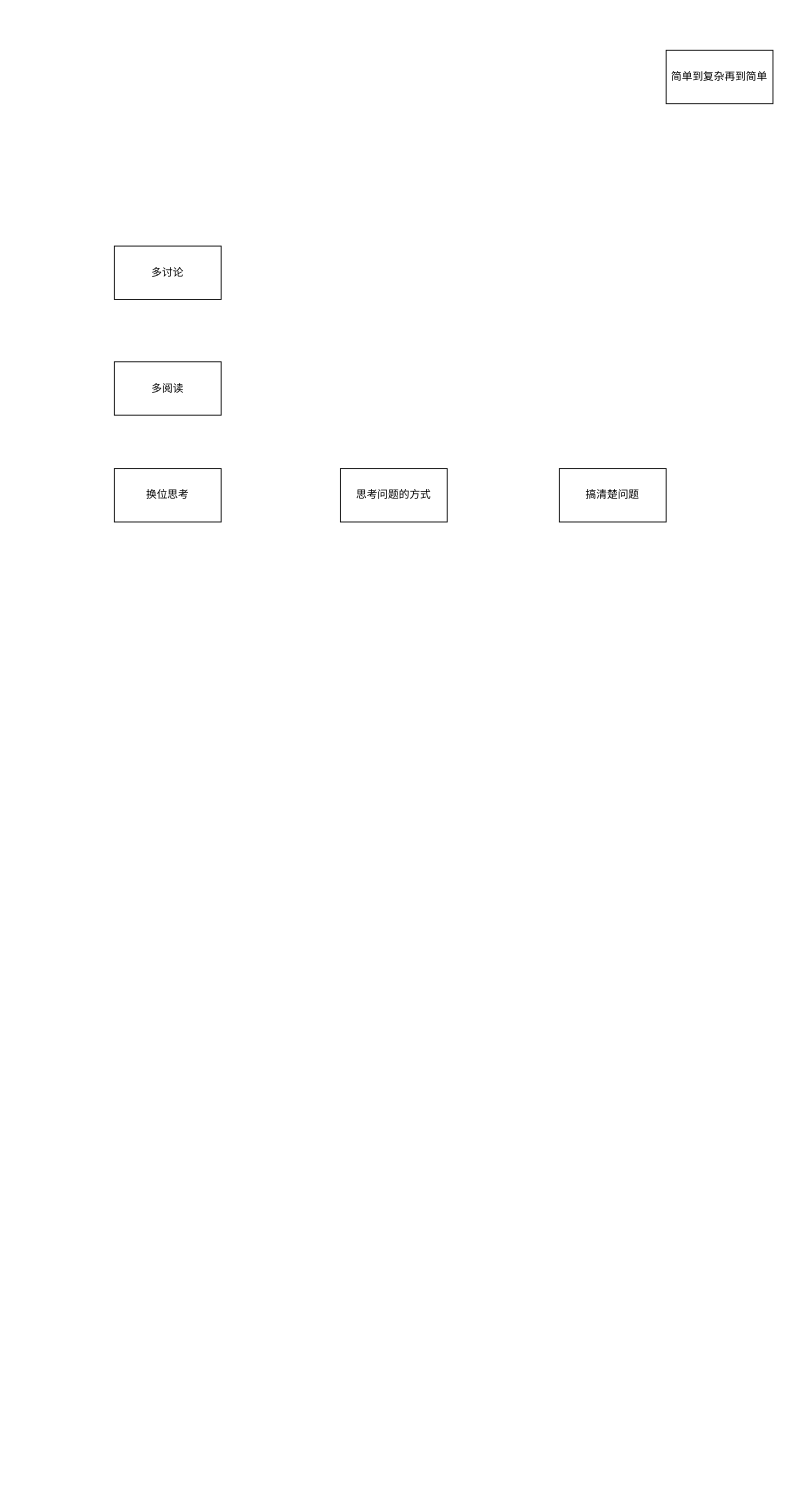
Before: biz/资源位系统总结.drawio in melonshell/draw.io, a draw.io diagram. Source tidied: cells renumbered, new cells numbered last; positions are measured from the earlier drawing's top-left corner, leaving out a move shared by most shapes. Both pictures are drawn from the tidied source at 89%, with x=0, y=0 at pixel (114, 50).
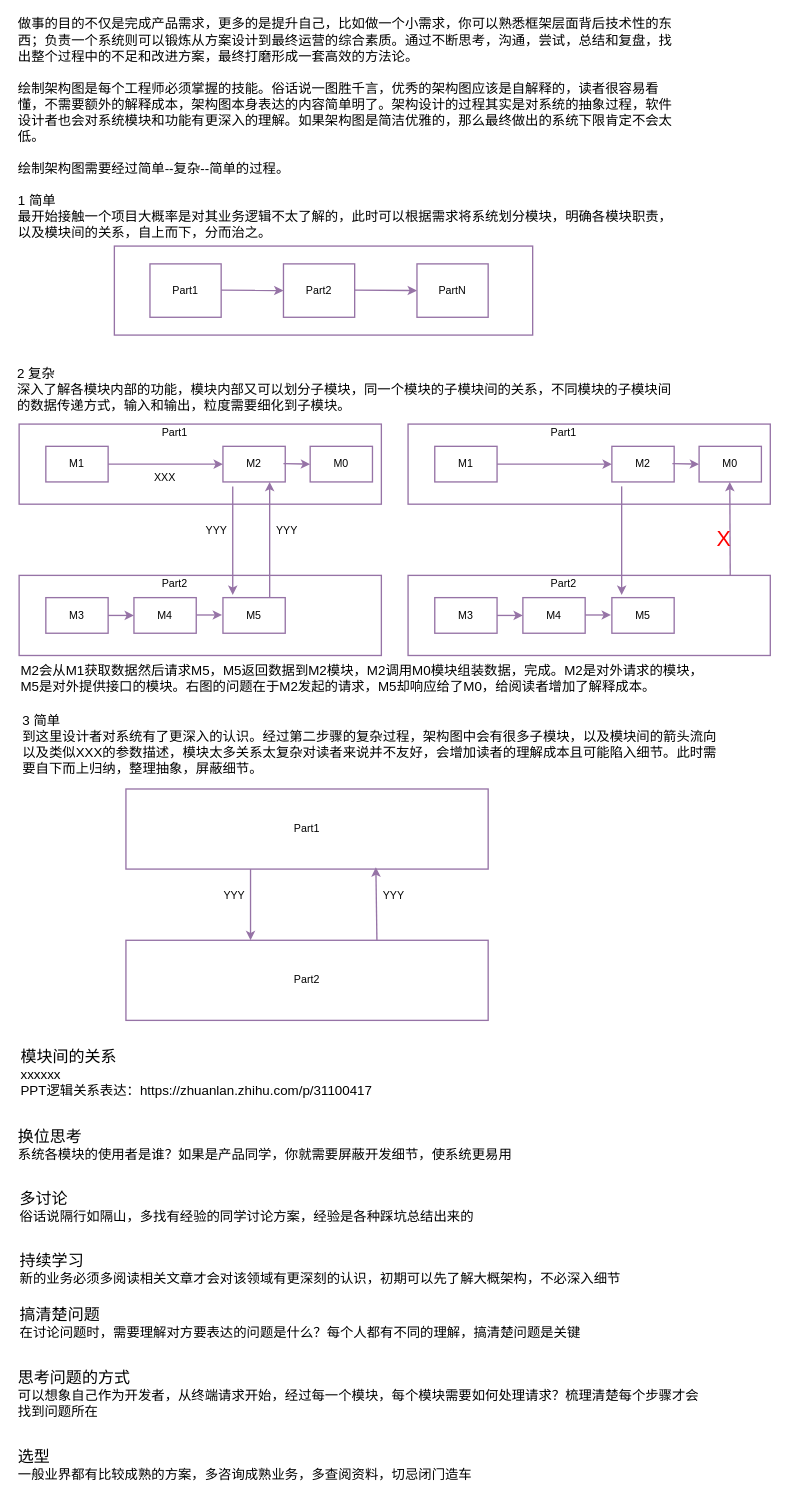
After the change.

Commit message:
更新资源位系统总结.drawio

Diff of the diagram source:
```diff
@@
-    <mxCell id="2" value="简单到复杂再到简单" style="rounded=0;whiteSpace=wrap;html=1;fillColor=none;" parent="1" vertex="1">
-      <mxGeometry x="620" width="120" height="60" as="geometry" />
-    </mxCell>
-    <mxCell id="3" value="多讨论" style="rounded=0;whiteSpace=wrap;html=1;fillColor=none;" parent="1" vertex="1">
-      <mxGeometry y="220" width="120" height="60" as="geometry" />
+    <mxCell id="3" style="rounded=0;whiteSpace=wrap;html=1;fillColor=none;strokeColor=#9673a6;strokeWidth=1.5;" parent="1" vertex="1">
+      <mxGeometry y="220" width="470" height="100" as="geometry" />
     </mxCell>
-    <mxCell id="4" value="多阅读" style="rounded=0;whiteSpace=wrap;html=1;fillColor=none;" parent="1" vertex="1">
-      <mxGeometry y="350" width="120" height="60" as="geometry" />
-    </mxCell>
-    <mxCell id="5" value="换位思考" style="rounded=0;whiteSpace=wrap;html=1;fillColor=none;" parent="1" vertex="1">
-      <mxGeometry y="470" width="120" height="60" as="geometry" />
-    </mxCell>
-    <mxCell id="6" value="思考问题的方式" style="rounded=0;whiteSpace=wrap;html=1;fillColor=none;" parent="1" vertex="1">
-      <mxGeometry x="254" y="470" width="120" height="60" as="geometry" />
-    </mxCell>
-    <mxCell id="7" value="搞清楚问题" style="rounded=0;whiteSpace=wrap;html=1;fillColor=none;" parent="1" vertex="1">
-      <mxGeometry x="500" y="470" width="120" height="60" as="geometry" />
-    </mxCell>
+    <mxCell id="8" value="&lt;span style=&quot;font-size: 15px;&quot;&gt;做事的目的不仅是完成产品需求，更多的是提升自己，比如做一个小需求，你可以熟悉框架层面背后技术性的东西；负责一个系统则可以锻炼从方案设计到最终运营的综合素质。通过不断思考，沟通，尝试，总结和复盘，找出整个过程中的不足和改进方案，最终打磨形成一套高效的方法论。&lt;br&gt;&lt;br&gt;绘制架构图是每个工程师必须掌握的技能。俗话说一图胜千言，优秀的架构图应该是自解释的，读者很容易看懂，不需要额外的解释成本，架构图本身表达的内容简单明了。架构设计的过程其实是对系统的抽象过程，软件设计者也会对系统模块和功能有更深入的理解。如果架构图是简洁优雅的，那么最终做出的系统下限肯定不会太低。&lt;br&gt;&lt;br&gt;绘制架构图需要经过简单--复杂--简单的过程。&lt;br&gt;&lt;br&gt;1 简单&lt;br&gt;最开始接触一个项目大概率是对其业务逻辑不太了解的，此时可以根据需求将系统划分模块，明确各模块职责，以及模块间的关系，自上而下，分而治之。&lt;br&gt;&lt;br&gt;&lt;br&gt;&lt;/span&gt;" style="rounded=0;whiteSpace=wrap;html=1;fillColor=none;strokeColor=none;align=left;" parent="1" vertex="1">
+      <mxGeometry x="-110" y="-20" width="750" height="250" as="geometry" />
+    </mxCell>
+    <mxCell id="9" value="Part1" style="rounded=0;whiteSpace=wrap;html=1;fillColor=none;strokeColor=#9673a6;strokeWidth=1.5;" parent="1" vertex="1">
+      <mxGeometry x="40" y="240" width="80" height="60" as="geometry" />
+    </mxCell>
+    <mxCell id="10" value="Part2" style="rounded=0;whiteSpace=wrap;html=1;fillColor=none;strokeColor=#9673a6;strokeWidth=1.5;" parent="1" vertex="1">
+      <mxGeometry x="190" y="240" width="80" height="60" as="geometry" />
+    </mxCell>
+    <mxCell id="11" value="PartN" style="rounded=0;whiteSpace=wrap;html=1;fillColor=none;strokeColor=#9673a6;strokeWidth=1.5;" parent="1" vertex="1">
+      <mxGeometry x="340" y="240" width="80" height="60" as="geometry" />
+    </mxCell>
+    <mxCell id="12" value="&lt;span style=&quot;font-size: 15px;&quot;&gt;2 复杂&lt;br&gt;深入了解各模块内部的功能，模块内部又可以划分子模块，同一个模块的子模块间的关系，不同模块的子模块间的数据传递方式，输入和输出，粒度需要细化到子模块。&lt;br&gt;&lt;br&gt;&lt;/span&gt;" style="rounded=0;whiteSpace=wrap;html=1;fillColor=none;strokeColor=none;align=left;" parent="1" vertex="1">
+      <mxGeometry x="-111" y="350" width="741" height="80" as="geometry" />
+    </mxCell>
+    <mxCell id="13" style="rounded=0;whiteSpace=wrap;html=1;fillColor=none;strokeColor=#9673a6;strokeWidth=1.5;" parent="1" vertex="1">
+      <mxGeometry x="-107" y="420" width="407" height="90" as="geometry" />
+    </mxCell>
+    <mxCell id="14" value="M1" style="rounded=0;whiteSpace=wrap;html=1;fillColor=none;strokeColor=#9673a6;strokeWidth=1.5;" parent="1" vertex="1">
+      <mxGeometry x="-77" y="445" width="70" height="40" as="geometry" />
+    </mxCell>
+    <mxCell id="15" style="rounded=0;whiteSpace=wrap;html=1;fillColor=none;strokeColor=#9673a6;strokeWidth=1.5;" parent="1" vertex="1">
+      <mxGeometry x="-107" y="590" width="407" height="90" as="geometry" />
+    </mxCell>
+    <mxCell id="16" value="M2" style="rounded=0;whiteSpace=wrap;html=1;fillColor=none;strokeColor=#9673a6;strokeWidth=1.5;" parent="1" vertex="1">
+      <mxGeometry x="122" y="445" width="70" height="40" as="geometry" />
+    </mxCell>
+    <mxCell id="17" style="endArrow=classic;html=1;rounded=0;exitX=1;exitY=0.5;exitDx=0;exitDy=0;entryX=0;entryY=0.5;entryDx=0;entryDy=0;strokeWidth=1.5;fillColor=#e1d5e7;strokeColor=#9673a6;" parent="1" edge="1" source="14" target="16">
+      <mxGeometry relative="1" as="geometry" />
+    </mxCell>
+    <mxCell id="18" value="M3" style="rounded=0;whiteSpace=wrap;html=1;fillColor=none;strokeColor=#9673a6;strokeWidth=1.5;" parent="1" vertex="1">
+      <mxGeometry x="-77" y="615" width="70" height="40" as="geometry" />
+    </mxCell>
+    <mxCell id="19" style="endArrow=classic;html=1;rounded=0;exitX=1;exitY=0.5;exitDx=0;exitDy=0;strokeWidth=1.5;fillColor=#e1d5e7;strokeColor=#9673a6;" parent="1" edge="1">
+      <mxGeometry relative="1" as="geometry">
+        <mxPoint x="120" y="269.5" as="sourcePoint" />
+        <mxPoint x="190" y="270" as="targetPoint" />
+      </mxGeometry>
+    </mxCell>
+    <mxCell id="20" style="endArrow=classic;html=1;rounded=0;exitX=1;exitY=0.5;exitDx=0;exitDy=0;strokeWidth=1.5;fillColor=#e1d5e7;strokeColor=#9673a6;" parent="1" edge="1">
+      <mxGeometry relative="1" as="geometry">
+        <mxPoint x="270" y="269.5" as="sourcePoint" />
+        <mxPoint x="340" y="270" as="targetPoint" />
+      </mxGeometry>
+    </mxCell>
+    <mxCell id="21" value="M5" style="rounded=0;whiteSpace=wrap;html=1;fillColor=none;strokeColor=#9673a6;strokeWidth=1.5;" parent="1" vertex="1">
+      <mxGeometry x="122" y="615" width="70" height="40" as="geometry" />
+    </mxCell>
+    <mxCell id="22" style="endArrow=classic;html=1;rounded=0;strokeWidth=1.5;fillColor=#e1d5e7;strokeColor=#9673a6;" parent="1" edge="1">
+      <mxGeometry relative="1" as="geometry">
+        <mxPoint x="133" y="490" as="sourcePoint" />
+        <mxPoint x="133" y="612" as="targetPoint" />
+      </mxGeometry>
+    </mxCell>
+    <mxCell id="23" style="endArrow=classic;html=1;rounded=0;strokeWidth=1.5;fillColor=#e1d5e7;strokeColor=#9673a6;exitX=0.75;exitY=0;exitDx=0;exitDy=0;entryX=0.75;entryY=1;entryDx=0;entryDy=0;" parent="1" edge="1" source="21" target="16">
+      <mxGeometry relative="1" as="geometry" />
+    </mxCell>
+    <mxCell id="24" value="Part2" style="rounded=0;whiteSpace=wrap;html=1;fillColor=none;strokeColor=none;strokeWidth=1.5;" parent="1" vertex="1">
+      <mxGeometry x="33" y="580" width="70" height="40" as="geometry" />
+    </mxCell>
+    <mxCell id="25" value="M4" style="rounded=0;whiteSpace=wrap;html=1;fillColor=none;strokeColor=#9673a6;strokeWidth=1.5;" parent="1" vertex="1">
+      <mxGeometry x="22" y="615" width="70" height="40" as="geometry" />
+    </mxCell>
+    <mxCell id="26" value="&lt;span style=&quot;font-size: 15px;&quot;&gt;M2会从M1获取数据然后请求M5，M5返回数据到M2模块，M2调用M0模块组装数据，完成。M2是对外请求的模块，M5是对外提供接口的模块。右图的问题在于M2发起的请求，M5却响应给了M0，给阅读者增加了解释成本。&lt;br&gt;&lt;/span&gt;" style="rounded=0;whiteSpace=wrap;html=1;fillColor=none;strokeColor=none;align=left;" parent="1" vertex="1">
+      <mxGeometry x="-107" y="680" width="787" height="50" as="geometry" />
+    </mxCell>
+    <mxCell id="27" value="Part1" style="rounded=0;whiteSpace=wrap;html=1;fillColor=none;strokeColor=none;strokeWidth=1.5;" parent="1" vertex="1">
+      <mxGeometry x="33" y="410" width="70" height="40" as="geometry" />
+    </mxCell>
+    <mxCell id="28" style="endArrow=classic;html=1;rounded=0;exitX=1;exitY=0.5;exitDx=0;exitDy=0;strokeWidth=1.5;fillColor=#e1d5e7;strokeColor=#9673a6;" parent="1" edge="1" source="18" target="25">
+      <mxGeometry relative="1" as="geometry" />
+    </mxCell>
+    <mxCell id="29" style="endArrow=classic;html=1;rounded=0;exitX=1;exitY=0.5;exitDx=0;exitDy=0;strokeWidth=1.5;fillColor=#e1d5e7;strokeColor=#9673a6;" parent="1" edge="1">
+      <mxGeometry relative="1" as="geometry">
+        <mxPoint x="92" y="634.5" as="sourcePoint" />
+        <mxPoint x="121" y="634.5" as="targetPoint" />
+      </mxGeometry>
+    </mxCell>
+    <mxCell id="30" value="M0" style="rounded=0;whiteSpace=wrap;html=1;fillColor=none;strokeColor=#9673a6;strokeWidth=1.5;" parent="1" vertex="1">
+      <mxGeometry x="220" y="445" width="70" height="40" as="geometry" />
+    </mxCell>
+    <mxCell id="31" style="endArrow=classic;html=1;rounded=0;exitX=1;exitY=0.5;exitDx=0;exitDy=0;strokeWidth=1.5;fillColor=#e1d5e7;strokeColor=#9673a6;" parent="1" edge="1">
+      <mxGeometry relative="1" as="geometry">
+        <mxPoint x="190" y="464.5" as="sourcePoint" />
+        <mxPoint x="220" y="465" as="targetPoint" />
+      </mxGeometry>
+    </mxCell>
+    <mxCell id="32" style="rounded=0;whiteSpace=wrap;html=1;fillColor=none;strokeColor=#9673a6;strokeWidth=1.5;" parent="1" vertex="1">
+      <mxGeometry x="330" y="420" width="407" height="90" as="geometry" />
+    </mxCell>
+    <mxCell id="33" value="M1" style="rounded=0;whiteSpace=wrap;html=1;fillColor=none;strokeColor=#9673a6;strokeWidth=1.5;" parent="1" vertex="1">
+      <mxGeometry x="360" y="445" width="70" height="40" as="geometry" />
+    </mxCell>
+    <mxCell id="34" style="rounded=0;whiteSpace=wrap;html=1;fillColor=none;strokeColor=#9673a6;strokeWidth=1.5;" parent="1" vertex="1">
+      <mxGeometry x="330" y="590" width="407" height="90" as="geometry" />
+    </mxCell>
+    <mxCell id="35" value="M2" style="rounded=0;whiteSpace=wrap;html=1;fillColor=none;strokeColor=#9673a6;strokeWidth=1.5;" parent="1" vertex="1">
+      <mxGeometry x="559" y="445" width="70" height="40" as="geometry" />
+    </mxCell>
+    <mxCell id="36" style="endArrow=classic;html=1;rounded=0;exitX=1;exitY=0.5;exitDx=0;exitDy=0;entryX=0;entryY=0.5;entryDx=0;entryDy=0;strokeWidth=1.5;fillColor=#e1d5e7;strokeColor=#9673a6;" parent="1" edge="1" source="33" target="35">
+      <mxGeometry relative="1" as="geometry" />
+    </mxCell>
+    <mxCell id="37" value="M3" style="rounded=0;whiteSpace=wrap;html=1;fillColor=none;strokeColor=#9673a6;strokeWidth=1.5;" parent="1" vertex="1">
+      <mxGeometry x="360" y="615" width="70" height="40" as="geometry" />
+    </mxCell>
+    <mxCell id="38" value="M5" style="rounded=0;whiteSpace=wrap;html=1;fillColor=none;strokeColor=#9673a6;strokeWidth=1.5;" parent="1" vertex="1">
+      <mxGeometry x="559" y="615" width="70" height="40" as="geometry" />
+    </mxCell>
+    <mxCell id="39" style="endArrow=classic;html=1;rounded=0;strokeWidth=1.5;fillColor=#e1d5e7;strokeColor=#9673a6;" parent="1" edge="1">
+      <mxGeometry relative="1" as="geometry">
+        <mxPoint x="570" y="490" as="sourcePoint" />
+        <mxPoint x="570" y="612" as="targetPoint" />
+      </mxGeometry>
+    </mxCell>
+    <mxCell id="40" style="endArrow=classic;html=1;rounded=0;strokeWidth=1.5;fillColor=#e1d5e7;strokeColor=#9673a6;entryX=0.75;entryY=1;entryDx=0;entryDy=0;" parent="1" edge="1">
+      <mxGeometry relative="1" as="geometry">
+        <mxPoint x="692" y="590" as="sourcePoint" />
+        <mxPoint x="691.5" y="485" as="targetPoint" />
+      </mxGeometry>
+    </mxCell>
+    <mxCell id="41" value="Part2" style="rounded=0;whiteSpace=wrap;html=1;fillColor=none;strokeColor=none;strokeWidth=1.5;" parent="1" vertex="1">
+      <mxGeometry x="470" y="580" width="70" height="40" as="geometry" />
+    </mxCell>
+    <mxCell id="42" value="M4" style="rounded=0;whiteSpace=wrap;html=1;fillColor=none;strokeColor=#9673a6;strokeWidth=1.5;" parent="1" vertex="1">
+      <mxGeometry x="459" y="615" width="70" height="40" as="geometry" />
+    </mxCell>
+    <mxCell id="43" value="Part1" style="rounded=0;whiteSpace=wrap;html=1;fillColor=none;strokeColor=none;strokeWidth=1.5;" parent="1" vertex="1">
+      <mxGeometry x="470" y="410" width="70" height="40" as="geometry" />
+    </mxCell>
+    <mxCell id="44" style="endArrow=classic;html=1;rounded=0;exitX=1;exitY=0.5;exitDx=0;exitDy=0;strokeWidth=1.5;fillColor=#e1d5e7;strokeColor=#9673a6;" parent="1" edge="1" source="37" target="42">
+      <mxGeometry relative="1" as="geometry" />
+    </mxCell>
+    <mxCell id="45" style="endArrow=classic;html=1;rounded=0;exitX=1;exitY=0.5;exitDx=0;exitDy=0;strokeWidth=1.5;fillColor=#e1d5e7;strokeColor=#9673a6;" parent="1" edge="1">
+      <mxGeometry relative="1" as="geometry">
+        <mxPoint x="529" y="634.5" as="sourcePoint" />
+        <mxPoint x="558" y="634.5" as="targetPoint" />
+      </mxGeometry>
+    </mxCell>
+    <mxCell id="46" value="M0" style="rounded=0;whiteSpace=wrap;html=1;fillColor=none;strokeColor=#9673a6;strokeWidth=1.5;" parent="1" vertex="1">
+      <mxGeometry x="657" y="445" width="70" height="40" as="geometry" />
+    </mxCell>
+    <mxCell id="47" style="endArrow=classic;html=1;rounded=0;exitX=1;exitY=0.5;exitDx=0;exitDy=0;strokeWidth=1.5;fillColor=#e1d5e7;strokeColor=#9673a6;" parent="1" edge="1">
+      <mxGeometry relative="1" as="geometry">
+        <mxPoint x="627" y="464.5" as="sourcePoint" />
+        <mxPoint x="657" y="465" as="targetPoint" />
+      </mxGeometry>
+    </mxCell>
+    <mxCell id="48" value="&lt;font color=&quot;#ff0000&quot; style=&quot;font-size: 24px;&quot;&gt;X&lt;/font&gt;" style="rounded=0;whiteSpace=wrap;html=1;fillColor=none;strokeColor=none;strokeWidth=1.5;" parent="1" vertex="1">
+      <mxGeometry x="650" y="530" width="70" height="40" as="geometry" />
+    </mxCell>
+    <mxCell id="49" value="&lt;span style=&quot;font-size: 15px;&quot;&gt;3 简单&lt;br&gt;到这里设计者对系统有了更深入的认识。经过第二步骤的复杂过程，架构图中会有很多子模块，以及模块间的箭头流向以及类似XXX的参数描述，模块太多关系太复杂对读者来说并不友好，会增加读者的理解成本且可能陷入细节。此时需要自下而上归纳，整理抽象，屏蔽细节。&lt;br&gt;&lt;/span&gt;" style="rounded=0;whiteSpace=wrap;html=1;fillColor=none;strokeColor=none;align=left;" parent="1" vertex="1">
+      <mxGeometry x="-105.5" y="740" width="785.5" height="80" as="geometry" />
+    </mxCell>
+    <mxCell id="50" value="XXX" style="rounded=0;whiteSpace=wrap;html=1;fillColor=none;strokeColor=none;strokeWidth=1.5;" parent="1" vertex="1">
+      <mxGeometry x="22" y="460" width="70" height="40" as="geometry" />
+    </mxCell>
+    <mxCell id="51" value="YYY" style="rounded=0;whiteSpace=wrap;html=1;fillColor=none;strokeColor=none;strokeWidth=1.5;" parent="1" vertex="1">
+      <mxGeometry x="80" y="520" width="70" height="40" as="geometry" />
+    </mxCell>
+    <mxCell id="52" value="YYY" style="rounded=0;whiteSpace=wrap;html=1;fillColor=none;strokeColor=none;strokeWidth=1.5;" parent="1" vertex="1">
+      <mxGeometry x="159" y="520" width="70" height="40" as="geometry" />
+    </mxCell>
+    <mxCell id="53" value="Part1" style="rounded=0;whiteSpace=wrap;html=1;fillColor=none;strokeColor=#9673a6;strokeWidth=1.5;" parent="1" vertex="1">
+      <mxGeometry x="13" y="830" width="407" height="90" as="geometry" />
+    </mxCell>
+    <mxCell id="54" value="Part2" style="rounded=0;whiteSpace=wrap;html=1;fillColor=none;strokeColor=#9673a6;strokeWidth=1.5;" parent="1" vertex="1">
+      <mxGeometry x="13" y="1000" width="407" height="90" as="geometry" />
+    </mxCell>
+    <mxCell id="55" style="endArrow=classic;html=1;rounded=0;strokeWidth=1.5;fillColor=#e1d5e7;strokeColor=#9673a6;entryX=0;entryY=0.25;entryDx=0;entryDy=0;" parent="1" edge="1">
+      <mxGeometry relative="1" as="geometry">
+        <mxPoint x="153" y="920" as="sourcePoint" />
+        <mxPoint x="153" y="1000" as="targetPoint" />
+      </mxGeometry>
+    </mxCell>
+    <mxCell id="56" style="endArrow=classic;html=1;rounded=0;strokeWidth=1.5;fillColor=#e1d5e7;strokeColor=#9673a6;entryX=0.69;entryY=0.978;entryDx=0;entryDy=0;entryPerimeter=0;" parent="1" edge="1" target="53">
+      <mxGeometry relative="1" as="geometry">
+        <mxPoint x="295" y="1000" as="sourcePoint" />
+      </mxGeometry>
+    </mxCell>
+    <mxCell id="57" value="YYY" style="rounded=0;whiteSpace=wrap;html=1;fillColor=none;strokeColor=none;strokeWidth=1.5;" parent="1" vertex="1">
+      <mxGeometry x="100" y="930" width="70" height="40" as="geometry" />
+    </mxCell>
+    <mxCell id="58" value="YYY" style="rounded=0;whiteSpace=wrap;html=1;fillColor=none;strokeColor=none;strokeWidth=1.5;" parent="1" vertex="1">
+      <mxGeometry x="279" y="930" width="70" height="40" as="geometry" />
+    </mxCell>
+    <mxCell id="59" value="&lt;font style=&quot;font-size: 15px;&quot;&gt;&lt;span style=&quot;font-size: 18px;&quot;&gt;模块间的关系&lt;br&gt;&lt;/span&gt;xxxxxx&lt;br&gt;&lt;font style=&quot;font-size: 15px;&quot;&gt;PPT逻辑关系表达：https://zhuanlan.zhihu.com/p/31100417&lt;/font&gt;&lt;br&gt;&lt;/font&gt;" style="rounded=0;whiteSpace=wrap;html=1;fillColor=none;strokeColor=none;align=left;" parent="1" vertex="1">
+      <mxGeometry x="-107" y="1119" width="773.8" height="60" as="geometry" />
+    </mxCell>
+    <mxCell id="60" value="&lt;font style=&quot;font-size: 18px;&quot;&gt;换位思考&lt;br&gt;&lt;/font&gt;&lt;font style=&quot;font-size: 15px;&quot;&gt;系统各模块的使用者是谁？如果是产品同学，你就需要屏蔽开发细节，使系统更易用&lt;br&gt;&lt;/font&gt;" style="rounded=0;whiteSpace=wrap;html=1;fillColor=none;strokeColor=none;align=left;" parent="1" vertex="1">
+      <mxGeometry x="-110" y="1200" width="773.8" height="60" as="geometry" />
+    </mxCell>
+    <mxCell id="61" value="&lt;font style=&quot;font-size: 18px;&quot;&gt;多讨论&lt;br&gt;&lt;/font&gt;&lt;font style=&quot;font-size: 15px;&quot;&gt;俗话说隔行如隔山，多找有经验的同学讨论方案，经验是各种踩坑总结出来的&lt;br&gt;&lt;/font&gt;" style="rounded=0;whiteSpace=wrap;html=1;fillColor=none;strokeColor=none;align=left;" parent="1" vertex="1">
+      <mxGeometry x="-107.8" y="1270" width="773.8" height="60" as="geometry" />
+    </mxCell>
+    <mxCell id="62" value="&lt;font style=&quot;font-size: 18px;&quot;&gt;持续学习&lt;br&gt;&lt;/font&gt;&lt;font style=&quot;font-size: 15px;&quot;&gt;新的业务必须多阅读相关文章才会对该领域有更深刻的认识，初期可以先了解大概架构，不必深入细节&lt;br&gt;&lt;/font&gt;" style="rounded=0;whiteSpace=wrap;html=1;fillColor=none;strokeColor=none;align=left;" parent="1" vertex="1">
+      <mxGeometry x="-107.8" y="1340" width="773.8" height="60" as="geometry" />
+    </mxCell>
+    <mxCell id="63" value="&lt;font style=&quot;font-size: 18px;&quot;&gt;搞清楚问题&lt;br&gt;&lt;/font&gt;&lt;font style=&quot;font-size: 15px;&quot;&gt;在讨论问题时，需要理解对方要表达的问题是什么？每个人都有不同的理解，搞清楚问题是关键&lt;br&gt;&lt;/font&gt;" style="rounded=0;whiteSpace=wrap;html=1;fillColor=none;strokeColor=none;align=left;" parent="1" vertex="1">
+      <mxGeometry x="-107.8" y="1400" width="773.8" height="60" as="geometry" />
+    </mxCell>
+    <mxCell id="64" value="&lt;font style=&quot;font-size: 18px;&quot;&gt;思考问题的方式&lt;br&gt;&lt;/font&gt;&lt;font style=&quot;font-size: 15px;&quot;&gt;可以想象自己作为开发者，从终端请求开始，经过每一个模块，每个模块需要如何处理请求？梳理清楚每个步骤才会找到问题所在&lt;br&gt;&lt;/font&gt;" style="rounded=0;whiteSpace=wrap;html=1;fillColor=none;strokeColor=none;align=left;" parent="1" vertex="1">
+      <mxGeometry x="-110" y="1470" width="780" height="80" as="geometry" />
+    </mxCell>
+    <mxCell id="65" value="&lt;font style=&quot;font-size: 18px;&quot;&gt;选型&lt;br&gt;&lt;/font&gt;&lt;font style=&quot;font-size: 15px;&quot;&gt;一般业界都有比较成熟的方案，多咨询成熟业务，多查阅资料，切忌闭门造车&lt;br&gt;&lt;/font&gt;" style="rounded=0;whiteSpace=wrap;html=1;fillColor=none;strokeColor=none;align=left;" parent="1" vertex="1">
+      <mxGeometry x="-110" y="1560" width="773.8" height="60" as="geometry" />
+    </mxCell>
```
